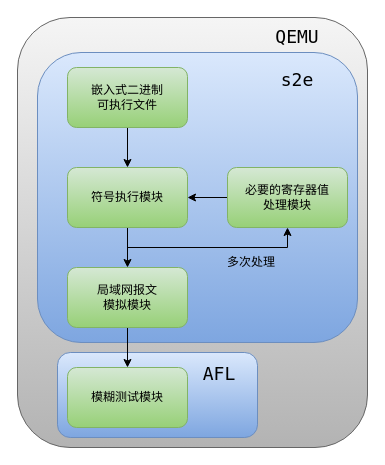
This is DrawIO/BSThesis.drawio from dingiso/TEST_For_Everything, a draw.io file, before an edit. Source tidied: cells renumbered, new cells numbered last; positions are measured from the earlier drawing's top-left corner, leaving out a move shared by most shapes. Both pictures are drawn from the tidied source at 100%, with x=0, y=0 at pixel (17, 17).
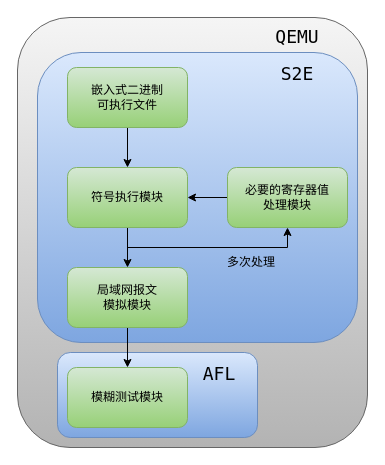
After the change.

What changed in the source:
```diff
@@
-    <mxCell id="17" value="s2e" style="text;html=1;strokeColor=none;fillColor=none;align=center;verticalAlign=middle;whiteSpace=wrap;rounded=0;dashed=1;fontFamily=Lucida Console;fontSize=18;" parent="1" vertex="1">
-      <mxGeometry x="250" y="47" width="60" height="30" as="geometry" />
+    <mxCell id="17" value="S2E" style="text;html=1;strokeColor=none;fillColor=none;align=center;verticalAlign=middle;whiteSpace=wrap;rounded=0;dashed=1;fontFamily=Lucida Console;fontSize=18;" parent="1" vertex="1">
+      <mxGeometry x="250" y="41" width="60" height="30" as="geometry" />
     </mxCell>
```
